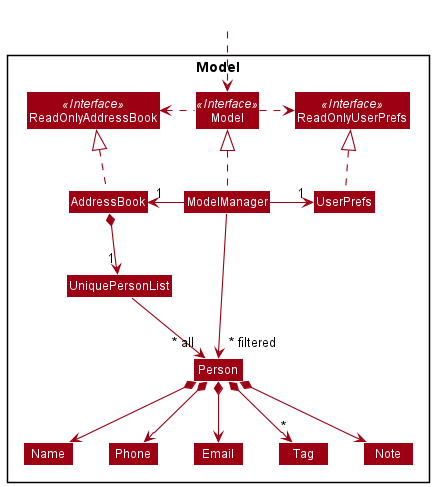
This is docs/images/ModelClassDiagram.png from nus-cs2103-AY2122S1/tp, a PlantUML export, as it was before one commit.
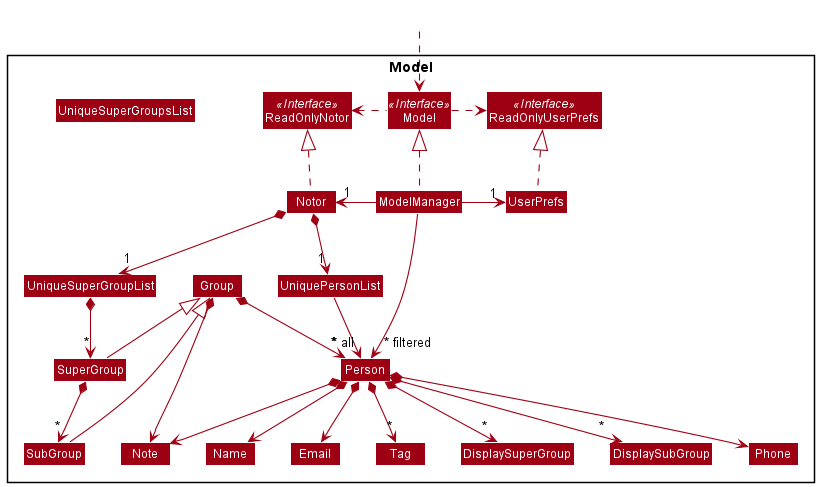
The same file after the commit.

Diff of the diagram source:
```diff
@@ -5,11 +5,11 @@
 skinparam classBackgroundColor MODEL_COLOR
 
 Package Model <<Rectangle>>{
-Interface ReadOnlyAddressBook <<Interface>>
+Interface ReadOnlyNotor <<Interface>>
 Interface ReadOnlyUserPrefs <<Interface>>
 Interface Model <<Interface>>
-Class AddressBook
-Class ReadOnlyAddressBook
+Class Notor
+Class ReadOnlyNotor
 Class Model
 Class ModelManager
 Class UserPrefs
@@ -17,34 +17,51 @@
 
 
 Class UniquePersonList
+Class UniqueSuperGroupsList
 Class Person
 Class Email
 Class Name
 Class Phone
 Class Tag
 Class Note
-
+Class UniqueSuperGroupList
+Class DisplaySuperGroup
+Class DisplaySubGroup
+Class Group
+Class SuperGroup
+Class SubGroup
 }
 
 Class HiddenOutside #FFFFFF
 HiddenOutside ..> Model
 
-AddressBook .up.|> ReadOnlyAddressBook
+Notor .up.|> ReadOnlyNotor
 
 ModelManager .up.|> Model
 Model .right.> ReadOnlyUserPrefs
-Model .left.> ReadOnlyAddressBook
-ModelManager -left-> "1" AddressBook
+Model .left.> ReadOnlyNotor
+ModelManager -left-> "1" Notor
 ModelManager -right-> "1" UserPrefs
 UserPrefs .up.|> ReadOnlyUserPrefs
 
-AddressBook *--> "1" UniquePersonList
+Notor *--> "1" UniquePersonList
+Notor *--> "1" UniqueSuperGroupList
+
 UniquePersonList --> "~* all" Person
 Person *--> Name
 Person *--> Phone
 Person *--> Email
 Person *--> Note
 Person *--> "*" Tag
+Person *--> "*" DisplaySuperGroup
+Person *--> "*" DisplaySubGroup
+
+UniqueSuperGroupList *--> "*" SuperGroup
+SuperGroup *--> "*" SubGroup
+Group <|-- SuperGroup
+Group <|-- SubGroup
+Group *--> Note
+Group *--> "*" Person
 
 Name -[hidden]right-> Phone
 
```
